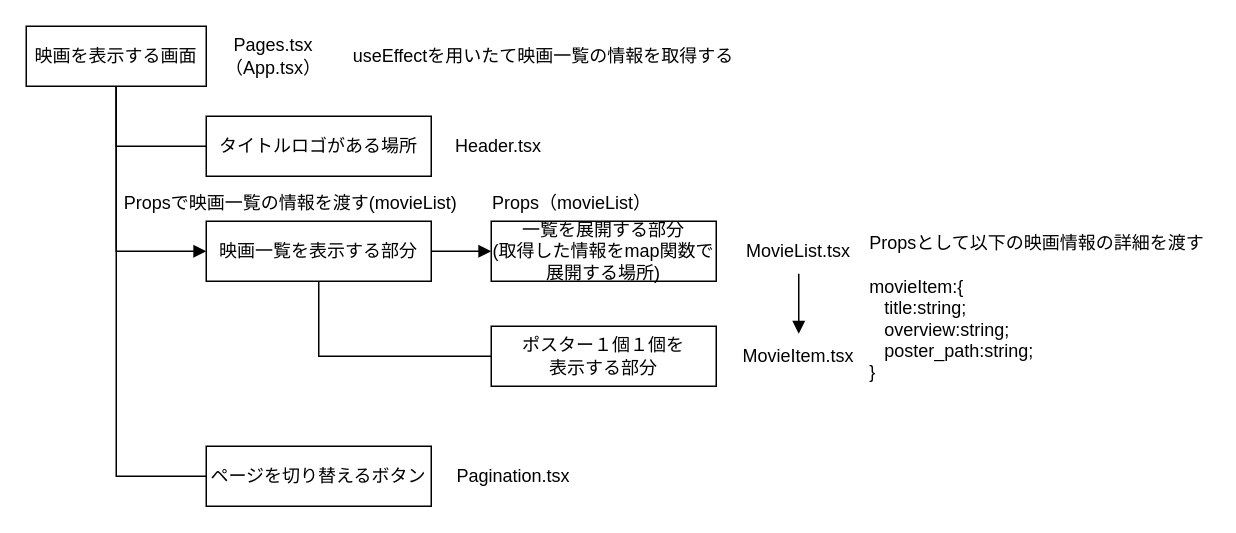
Earlier version of the draw.io diagram diagram.dio (Yuta-Tsutsumi/movie-site). Source tidied: cells renumbered, new cells numbered last; positions are measured from the earlier drawing's top-left corner, leaving out a move shared by most shapes. Both pictures are drawn from the tidied source at 150%, with x=0, y=0 at pixel (26, 26).
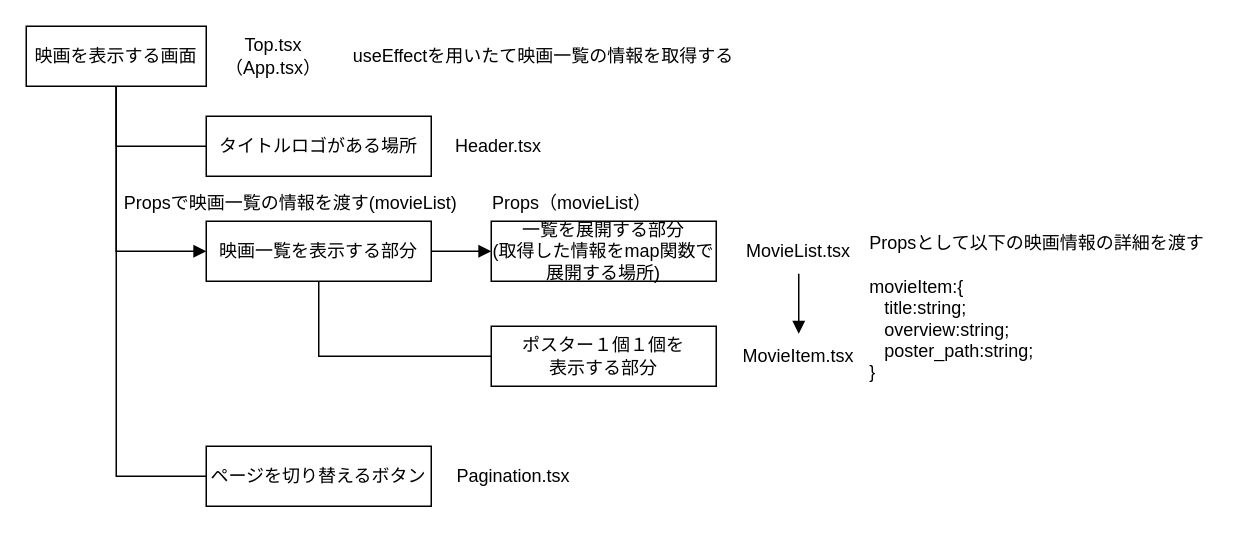
Above is the later version.

Commit message:
開発概要図の作成

What changed in the source:
```diff
@@
-    <mxCell id="18" value="Pages.tsx（App.tsx）" style="text;html=1;strokeColor=none;fillColor=none;align=center;verticalAlign=middle;whiteSpace=wrap;rounded=0;" parent="1" vertex="1">
+    <mxCell id="18" value="Top.tsx（App.tsx）" style="text;html=1;strokeColor=none;fillColor=none;align=center;verticalAlign=middle;whiteSpace=wrap;rounded=0;" parent="1" vertex="1">
       <mxGeometry x="120" y="5" width="90" height="30" as="geometry" />
     </mxCell>
```
